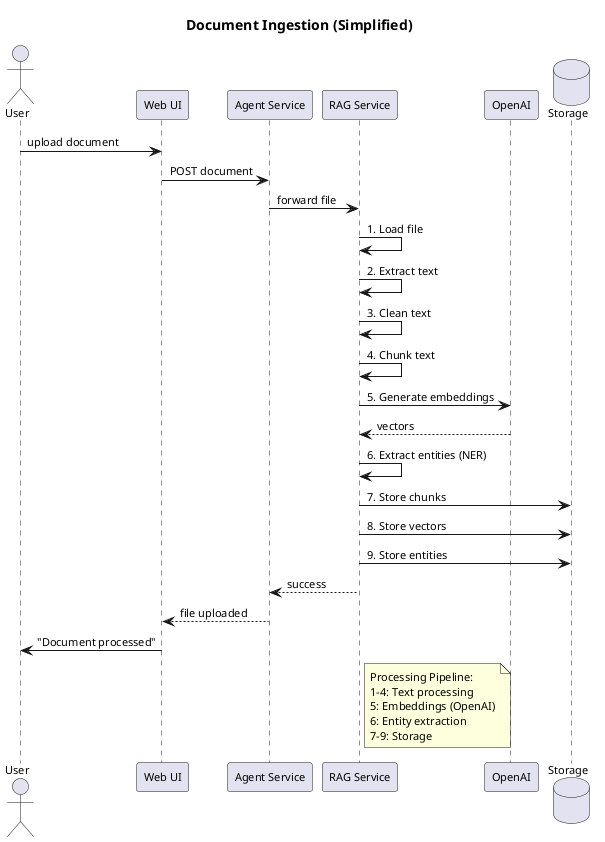
Above: architecture/A4_01_flow_ingestion.png in HenryNVP/strategic_planning_AI (PlantUML), before the change.
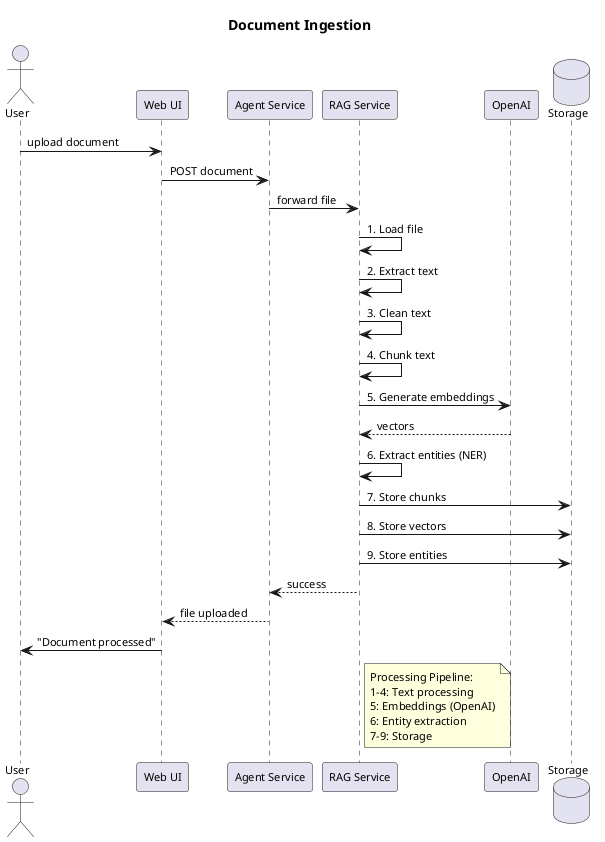
The same diagram one commit later.

Diff of the diagram source:
```diff
@@ -1,5 +1,5 @@
-@startuml A4_01_flow_ingestion_simple
-title Document Ingestion (Simplified)
+@startuml A4_01_flow_ingestion
+title Document Ingestion
 
 skinparam shadowing false
 skinparam defaultFontName Arial
```
